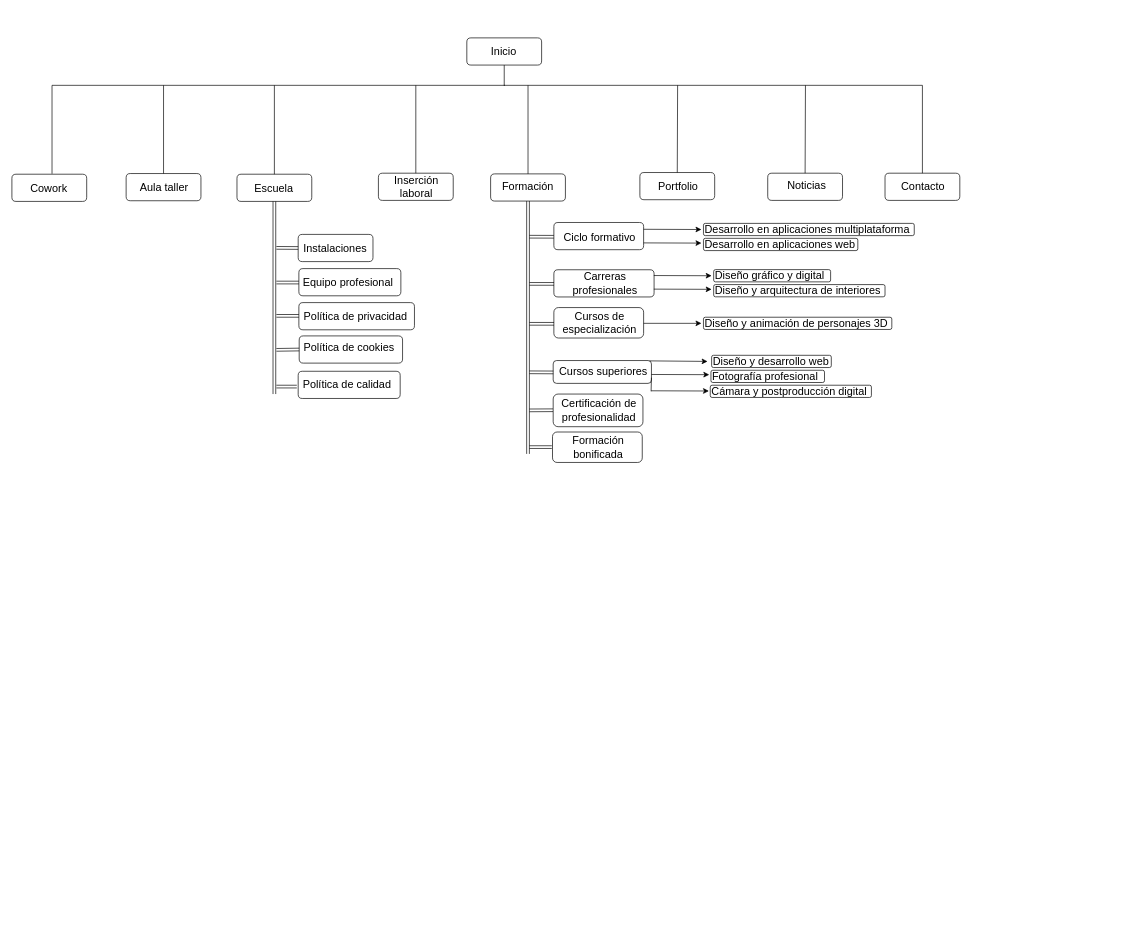
The draw.io diagram mapaweb.drawio in JaimeGRX/EAG-JAIME, before the edit. Source tidied: cells renumbered, new cells numbered last; positions are measured from the earlier drawing's top-left corner, leaving out a move shared by most shapes. Both pictures are drawn from the tidied source at 68%, with x=0, y=0 at pixel (12, 12).
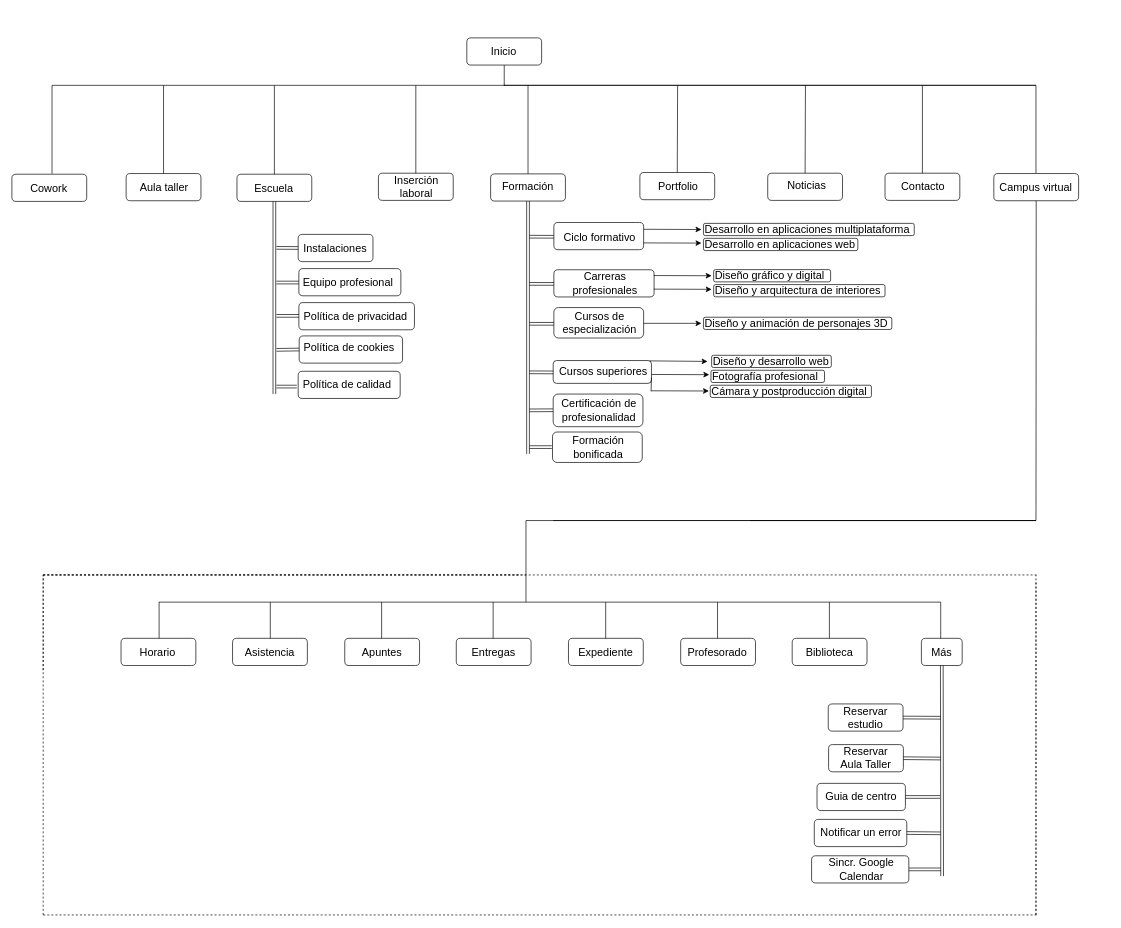
The same page after the edit.

What changed in the source:
```diff
@@
     <mxCell id="125" style="endArrow=none;html=1;" parent="1" edge="1">
       <mxGeometry relative="1" as="geometry">
         <mxPoint x="723.4" y="108" as="sourcePoint" />
-        <mxPoint x="1339" y="108" as="targetPoint" />
+        <mxPoint x="1506" y="108" as="targetPoint" />
       </mxGeometry>
     </mxCell>
@@
+    <mxCell id="134" style="group;flipH=1;" parent="1" vertex="1">
+      <mxGeometry x="1444" y="241" width="170" height="50" as="geometry" />
+    </mxCell>
+    <mxCell id="135" style="group;" parent="134" vertex="1">
+      <mxGeometry width="170" height="50" as="geometry" />
+    </mxCell>
+    <mxCell id="136" style="rounded=1;whiteSpace=wrap;html=1;fontSize=16;" parent="135" vertex="1">
+      <mxGeometry y="-3.3" width="124.7" height="40" as="geometry" />
+    </mxCell>
+    <mxCell id="137" value="Campus virtual" style="text;html=1;align=center;verticalAlign=middle;whiteSpace=wrap;rounded=0;fontSize=16;" parent="135" vertex="1">
+      <mxGeometry x="-1.1" y="10" width="125.8" height="13" as="geometry" />
+    </mxCell>
+    <mxCell id="138" style="endArrow=none;html=1;" parent="1" edge="1">
+      <mxGeometry relative="1" as="geometry">
+        <mxPoint x="723.4" y="108" as="sourcePoint" />
+        <mxPoint x="1506" y="108" as="targetPoint" />
+      </mxGeometry>
+    </mxCell>
+    <mxCell id="139" style="endArrow=none;html=1;exitX=0.5;exitY=0;exitDx=0;exitDy=0;" parent="1" edge="1">
+      <mxGeometry relative="1" as="geometry">
+        <mxPoint x="1506" y="237.2" as="sourcePoint" />
+        <mxPoint x="1506" y="108" as="targetPoint" />
+      </mxGeometry>
+    </mxCell>
+    <mxCell id="140" style="endArrow=none;html=1;entryX=0.5;entryY=1;entryDx=0;entryDy=0;" parent="1" edge="1" target="136">
+      <mxGeometry relative="1" as="geometry">
+        <mxPoint x="1506" y="748" as="sourcePoint" />
+      </mxGeometry>
+    </mxCell>
+    <mxCell id="141" style="endArrow=none;html=1;" parent="1" edge="1">
+      <mxGeometry relative="1" as="geometry">
+        <mxPoint x="1086" y="748" as="sourcePoint" />
+        <mxPoint x="1506" y="748" as="targetPoint" />
+      </mxGeometry>
+    </mxCell>
+    <mxCell id="142" style="endArrow=none;html=1;" parent="1" edge="1">
+      <mxGeometry relative="1" as="geometry">
+        <mxPoint x="796" y="748" as="sourcePoint" />
+        <mxPoint x="1506" y="748" as="targetPoint" />
+      </mxGeometry>
+    </mxCell>
+    <mxCell id="143" style="endArrow=none;html=1;" parent="1" edge="1">
+      <mxGeometry relative="1" as="geometry">
+        <mxPoint x="756" y="748" as="sourcePoint" />
+        <mxPoint x="1506" y="748" as="targetPoint" />
+      </mxGeometry>
+    </mxCell>
+    <mxCell id="144" style="endArrow=none;html=1;" parent="1" edge="1">
+      <mxGeometry relative="1" as="geometry">
+        <mxPoint x="756" y="868" as="sourcePoint" />
+        <mxPoint x="756" y="748" as="targetPoint" />
+      </mxGeometry>
+    </mxCell>
+    <mxCell id="145" style="endArrow=none;dashed=1;html=1;" parent="1" edge="1">
+      <mxGeometry relative="1" as="geometry">
+        <mxPoint x="46" y="828" as="sourcePoint" />
+        <mxPoint x="746" y="828" as="targetPoint" />
+      </mxGeometry>
+    </mxCell>
+    <mxCell id="146" style="endArrow=none;dashed=1;html=1;" parent="1" edge="1">
+      <mxGeometry relative="1" as="geometry">
+        <mxPoint x="46" y="828" as="sourcePoint" />
+        <mxPoint x="756" y="828" as="targetPoint" />
+      </mxGeometry>
+    </mxCell>
+    <mxCell id="147" style="endArrow=none;dashed=1;html=1;" parent="1" edge="1">
+      <mxGeometry relative="1" as="geometry">
+        <mxPoint x="46" y="828" as="sourcePoint" />
+        <mxPoint x="1506.7" y="828" as="targetPoint" />
+      </mxGeometry>
+    </mxCell>
+    <mxCell id="148" style="endArrow=none;dashed=1;html=1;" parent="1" edge="1">
+      <mxGeometry relative="1" as="geometry">
+        <mxPoint x="46" y="968" as="sourcePoint" />
+        <mxPoint x="46" y="828" as="targetPoint" />
+      </mxGeometry>
+    </mxCell>
+    <mxCell id="149" style="endArrow=none;dashed=1;html=1;" parent="1" edge="1">
+      <mxGeometry relative="1" as="geometry">
+        <mxPoint x="46" y="1328" as="sourcePoint" />
+        <mxPoint x="46" y="828" as="targetPoint" />
+      </mxGeometry>
+    </mxCell>
+    <mxCell id="150" style="endArrow=none;dashed=1;html=1;" parent="1" edge="1">
+      <mxGeometry relative="1" as="geometry">
+        <mxPoint x="1506" y="1328" as="sourcePoint" />
+        <mxPoint x="1506" y="838" as="targetPoint" />
+      </mxGeometry>
+    </mxCell>
+    <mxCell id="151" style="endArrow=none;dashed=1;html=1;" parent="1" edge="1">
+      <mxGeometry relative="1" as="geometry">
+        <mxPoint x="1506" y="1328" as="sourcePoint" />
+        <mxPoint x="1506" y="828" as="targetPoint" />
+      </mxGeometry>
+    </mxCell>
+    <mxCell id="152" style="rounded=1;whiteSpace=wrap;html=1;fontSize=16;" parent="1" vertex="1">
+      <mxGeometry x="160.5" y="921.2" width="110" height="40" as="geometry" />
+    </mxCell>
+    <mxCell id="153" value="Horario" style="text;html=1;align=center;verticalAlign=middle;whiteSpace=wrap;rounded=0;fontSize=16;" parent="1" vertex="1">
+      <mxGeometry x="195.5" y="934.5" width="36.7" height="13.3" as="geometry" />
+    </mxCell>
+    <mxCell id="154" style="rounded=1;whiteSpace=wrap;html=1;fontSize=16;" parent="1" vertex="1">
+      <mxGeometry x="324.5" y="921.2" width="110" height="40" as="geometry" />
+    </mxCell>
+    <mxCell id="155" value="Asistencia" style="text;html=1;align=center;verticalAlign=middle;whiteSpace=wrap;rounded=0;fontSize=16;" parent="1" vertex="1">
+      <mxGeometry x="360.5" y="934.5" width="36.7" height="13.3" as="geometry" />
+    </mxCell>
+    <mxCell id="156" style="rounded=1;whiteSpace=wrap;html=1;fontSize=16;" parent="1" vertex="1">
+      <mxGeometry x="489.5" y="921.2" width="110" height="40" as="geometry" />
+    </mxCell>
+    <mxCell id="157" value="Apuntes" style="text;html=1;align=center;verticalAlign=middle;whiteSpace=wrap;rounded=0;fontSize=16;" parent="1" vertex="1">
+      <mxGeometry x="525.5" y="934.5" width="36.7" height="13.3" as="geometry" />
+    </mxCell>
+    <mxCell id="158" style="rounded=1;whiteSpace=wrap;html=1;fontSize=16;" parent="1" vertex="1">
+      <mxGeometry x="653.5" y="921.2" width="110" height="40" as="geometry" />
+    </mxCell>
+    <mxCell id="159" value="Entregas" style="text;html=1;align=center;verticalAlign=middle;whiteSpace=wrap;rounded=0;fontSize=16;" parent="1" vertex="1">
+      <mxGeometry x="689.5" y="934.5" width="36.7" height="13.3" as="geometry" />
+    </mxCell>
+    <mxCell id="160" style="rounded=1;whiteSpace=wrap;html=1;fontSize=16;" parent="1" vertex="1">
+      <mxGeometry x="818.5" y="921.2" width="110" height="40" as="geometry" />
+    </mxCell>
+    <mxCell id="161" value="Expediente" style="text;html=1;align=center;verticalAlign=middle;whiteSpace=wrap;rounded=0;fontSize=16;" parent="1" vertex="1">
+      <mxGeometry x="854.5" y="934.5" width="36.7" height="13.3" as="geometry" />
+    </mxCell>
+    <mxCell id="162" style="rounded=1;whiteSpace=wrap;html=1;fontSize=16;" parent="1" vertex="1">
+      <mxGeometry x="983.5" y="921.2" width="110" height="40" as="geometry" />
+    </mxCell>
+    <mxCell id="163" value="Profesorado" style="text;html=1;align=center;verticalAlign=middle;whiteSpace=wrap;rounded=0;fontSize=16;" parent="1" vertex="1">
+      <mxGeometry x="1019.5" y="934.5" width="36.7" height="13.3" as="geometry" />
+    </mxCell>
+    <mxCell id="164" style="rounded=1;whiteSpace=wrap;html=1;fontSize=16;" parent="1" vertex="1">
+      <mxGeometry x="1147.5" y="921.2" width="110" height="40" as="geometry" />
+    </mxCell>
+    <mxCell id="165" value="Biblioteca" style="text;html=1;align=center;verticalAlign=middle;whiteSpace=wrap;rounded=0;fontSize=16;" parent="1" vertex="1">
+      <mxGeometry x="1183.5" y="934.5" width="36.7" height="13.3" as="geometry" />
+    </mxCell>
+    <mxCell id="166" style="rounded=1;whiteSpace=wrap;html=1;fontSize=16;" parent="1" vertex="1">
+      <mxGeometry x="1337.5" y="921.2" width="60" height="40" as="geometry" />
+    </mxCell>
+    <mxCell id="167" value="Más" style="text;html=1;align=center;verticalAlign=middle;whiteSpace=wrap;rounded=0;fontSize=16;" parent="1" vertex="1">
+      <mxGeometry x="1348.5" y="934.5" width="36.7" height="13.3" as="geometry" />
+    </mxCell>
+    <mxCell id="168" style="endArrow=none;dashed=1;html=1;" parent="1" edge="1">
+      <mxGeometry relative="1" as="geometry">
+        <mxPoint x="46" y="1328" as="sourcePoint" />
+        <mxPoint x="1506.7" y="1328" as="targetPoint" />
+      </mxGeometry>
+    </mxCell>
+    <mxCell id="169" style="rounded=1;whiteSpace=wrap;html=1;fontSize=16;" parent="1" vertex="1">
+      <mxGeometry x="1200.5" y="1017.7" width="110" height="40" as="geometry" />
+    </mxCell>
+    <mxCell id="170" value="Reservar estudio" style="text;html=1;align=center;verticalAlign=middle;whiteSpace=wrap;rounded=0;fontSize=16;" parent="1" vertex="1">
+      <mxGeometry x="1236.5" y="1031" width="36.7" height="13.3" as="geometry" />
+    </mxCell>
+    <mxCell id="171" style="rounded=1;whiteSpace=wrap;html=1;fontSize=16;" parent="1" vertex="1">
+      <mxGeometry x="1201" y="1077.5" width="110" height="40" as="geometry" />
+    </mxCell>
+    <mxCell id="172" value="Reservar Aula Taller" style="text;html=1;align=center;verticalAlign=middle;whiteSpace=wrap;rounded=0;fontSize=16;" parent="1" vertex="1">
+      <mxGeometry x="1217" y="1090.5" width="78" height="13" as="geometry" />
+    </mxCell>
+    <mxCell id="173" style="rounded=1;whiteSpace=wrap;html=1;fontSize=16;" parent="1" vertex="1">
+      <mxGeometry x="1184" y="1134.5" width="130" height="40" as="geometry" />
+    </mxCell>
+    <mxCell id="174" value="Guia de centro" style="text;html=1;align=center;verticalAlign=middle;whiteSpace=wrap;rounded=0;fontSize=16;" parent="1" vertex="1">
+      <mxGeometry x="1194" y="1147.5" width="110" height="13" as="geometry" />
+    </mxCell>
+    <mxCell id="175" style="rounded=1;whiteSpace=wrap;html=1;fontSize=16;" parent="1" vertex="1">
+      <mxGeometry x="1180" y="1187.5" width="136" height="40" as="geometry" />
+    </mxCell>
+    <mxCell id="176" value="Notificar un error" style="text;html=1;align=center;verticalAlign=middle;whiteSpace=wrap;rounded=0;fontSize=16;" parent="1" vertex="1">
+      <mxGeometry x="1184" y="1200.5" width="130" height="13" as="geometry" />
+    </mxCell>
+    <mxCell id="177" style="rounded=1;whiteSpace=wrap;html=1;fontSize=16;" parent="1" vertex="1">
+      <mxGeometry x="1176" y="1241" width="143" height="40" as="geometry" />
+    </mxCell>
+    <mxCell id="178" value="Sincr. Google Calendar" style="text;html=1;align=center;verticalAlign=middle;whiteSpace=wrap;rounded=0;fontSize=16;" parent="1" vertex="1">
+      <mxGeometry x="1196" y="1254" width="107" height="13" as="geometry" />
+    </mxCell>
+    <mxCell id="179" style="shape=link;html=1;entryX=0.5;entryY=1;entryDx=0;entryDy=0;" parent="1" edge="1" target="166">
+      <mxGeometry relative="1" as="geometry">
+        <mxPoint x="1368" y="1271" as="sourcePoint" />
+      </mxGeometry>
+    </mxCell>
+    <mxCell id="180" style="shape=link;html=1;exitX=1;exitY=0.5;exitDx=0;exitDy=0;" parent="1" edge="1" source="169">
+      <mxGeometry relative="1" as="geometry">
+        <mxPoint x="1366" y="1038" as="targetPoint" />
+      </mxGeometry>
+    </mxCell>
+    <mxCell id="181" style="shape=link;html=1;exitX=1;exitY=0.5;exitDx=0;exitDy=0;" parent="1" edge="1" source="171">
+      <mxGeometry relative="1" as="geometry">
+        <mxPoint x="1366" y="1098" as="targetPoint" />
+      </mxGeometry>
+    </mxCell>
+    <mxCell id="182" style="shape=link;html=1;exitX=1;exitY=0.5;exitDx=0;exitDy=0;" parent="1" edge="1" source="173">
+      <mxGeometry relative="1" as="geometry">
+        <mxPoint x="1365" y="1154.5" as="targetPoint" />
+      </mxGeometry>
+    </mxCell>
+    <mxCell id="183" style="shape=link;html=1;exitX=1;exitY=0.5;exitDx=0;exitDy=0;" parent="1" edge="1" source="175">
+      <mxGeometry relative="1" as="geometry">
+        <mxPoint x="1366" y="1208" as="targetPoint" />
+      </mxGeometry>
+    </mxCell>
+    <mxCell id="184" style="shape=link;html=1;exitX=1;exitY=0.5;exitDx=0;exitDy=0;" parent="1" edge="1" source="177">
+      <mxGeometry relative="1" as="geometry">
+        <mxPoint x="1366" y="1261" as="targetPoint" />
+      </mxGeometry>
+    </mxCell>
+    <mxCell id="185" style="endArrow=none;html=1;" parent="1" edge="1">
+      <mxGeometry relative="1" as="geometry">
+        <mxPoint x="216" y="868" as="sourcePoint" />
+        <mxPoint x="1366" y="868" as="targetPoint" />
+      </mxGeometry>
+    </mxCell>
+    <mxCell id="186" style="endArrow=none;html=1;" parent="1" edge="1">
+      <mxGeometry relative="1" as="geometry">
+        <mxPoint x="216.5" y="921.2" as="sourcePoint" />
+        <mxPoint x="216.5" y="868" as="targetPoint" />
+      </mxGeometry>
+    </mxCell>
+    <mxCell id="187" style="endArrow=none;html=1;" parent="1" edge="1">
+      <mxGeometry relative="1" as="geometry">
+        <mxPoint x="380" y="921.2" as="sourcePoint" />
+        <mxPoint x="380" y="868" as="targetPoint" />
+      </mxGeometry>
+    </mxCell>
+    <mxCell id="188" style="endArrow=none;html=1;" parent="1" edge="1">
+      <mxGeometry relative="1" as="geometry">
+        <mxPoint x="543.7" y="921.2" as="sourcePoint" />
+        <mxPoint x="543.7" y="868" as="targetPoint" />
+      </mxGeometry>
+    </mxCell>
+    <mxCell id="189" style="endArrow=none;html=1;" parent="1" edge="1">
+      <mxGeometry relative="1" as="geometry">
+        <mxPoint x="707.7" y="921.2" as="sourcePoint" />
+        <mxPoint x="707.7" y="868" as="targetPoint" />
+      </mxGeometry>
+    </mxCell>
+    <mxCell id="190" style="endArrow=none;html=1;" parent="1" edge="1">
+      <mxGeometry relative="1" as="geometry">
+        <mxPoint x="873.2" y="921.2" as="sourcePoint" />
+        <mxPoint x="873.2" y="868" as="targetPoint" />
+      </mxGeometry>
+    </mxCell>
+    <mxCell id="191" style="endArrow=none;html=1;" parent="1" edge="1">
+      <mxGeometry relative="1" as="geometry">
+        <mxPoint x="1037.7" y="921.2" as="sourcePoint" />
+        <mxPoint x="1037.7" y="868" as="targetPoint" />
+      </mxGeometry>
+    </mxCell>
+    <mxCell id="192" style="endArrow=none;html=1;" parent="1" edge="1">
+      <mxGeometry relative="1" as="geometry">
+        <mxPoint x="1202.2" y="921.2" as="sourcePoint" />
+        <mxPoint x="1202.2" y="868" as="targetPoint" />
+      </mxGeometry>
+    </mxCell>
+    <mxCell id="193" style="endArrow=none;html=1;" parent="1" edge="1">
+      <mxGeometry relative="1" as="geometry">
+        <mxPoint x="1365.9" y="921.2" as="sourcePoint" />
+        <mxPoint x="1365.9" y="868" as="targetPoint" />
+      </mxGeometry>
+    </mxCell>
```
